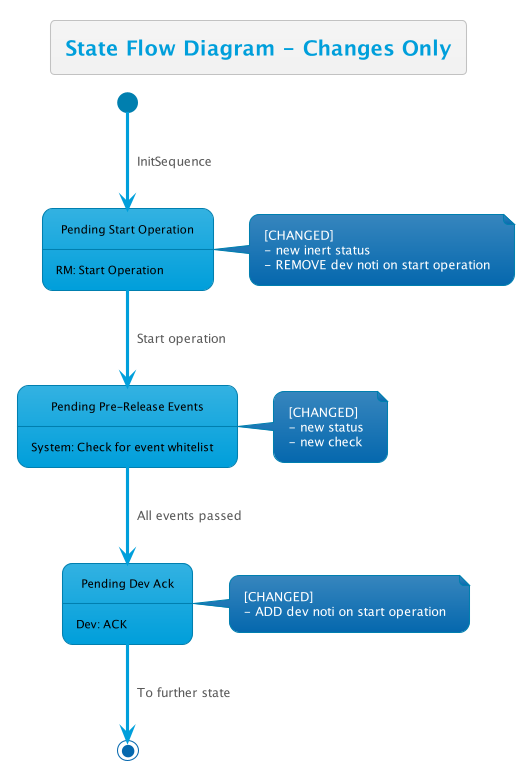
Before: out/Multi-Day-Deployment/2midTermChangeOnly/2midTermChangeOnly.png, a diagram exported from PlantUML (thetomitomo/diagrams).
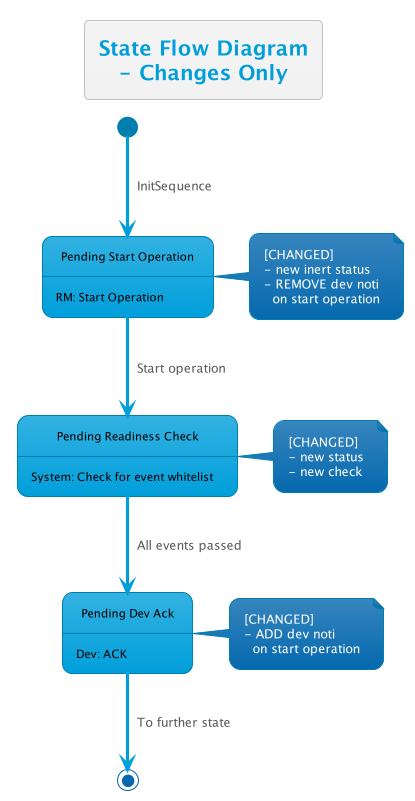
The same file after the commit.

What changed in the source:
```diff
@@ -5,21 +5,21 @@
 
 state "Pending Start Operation" as preOp
 state "Pending Dev Ack" as pendingDevAck
-state "Pending Pre-Release Events" as pendingPreReleaseEvents
+state "Pending Readiness Check" as pendingReadiness
 
-title State Flow Diagram - Changes Only
+title State Flow Diagram\n- Changes Only
 
 [*] --> preOp : InitSequence
-note right of preOp : [CHANGED]\n- new inert status\n- REMOVE dev noti on start operation
+note right of preOp : [CHANGED]\n- new inert status\n- REMOVE dev noti\n  on start operation
 preOp: RM: Start Operation
 
-note right of pendingPreReleaseEvents : [CHANGED] \n- new status\n- new check
-preOp --> pendingPreReleaseEvents : Start operation
+note right of pendingReadiness : [CHANGED] \n- new status\n- new check
+preOp --> pendingReadiness : Start operation
 
-pendingPreReleaseEvents --> pendingDevAck : All events passed
-pendingPreReleaseEvents: System: Check for event whitelist
+pendingReadiness --> pendingDevAck : All events passed
+pendingReadiness: System: Check for event whitelist
 
-note right of pendingDevAck : [CHANGED]\n- ADD dev noti on start operation
+note right of pendingDevAck : [CHANGED]\n- ADD dev noti\n  on start operation
 pendingDevAck: Dev: ACK
 pendingDevAck --> [*] : To further state
 
```
